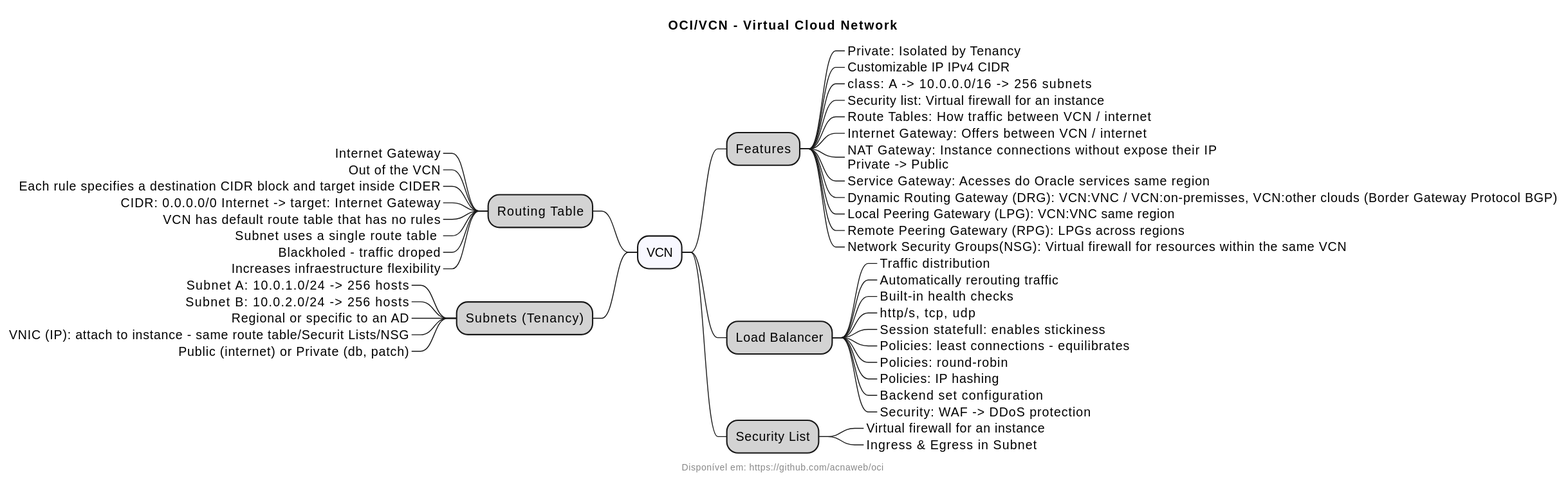
The PlantUML diagram assets/docs/networking/vcn/vcn.svg in acnaweb/oci, before a commit.
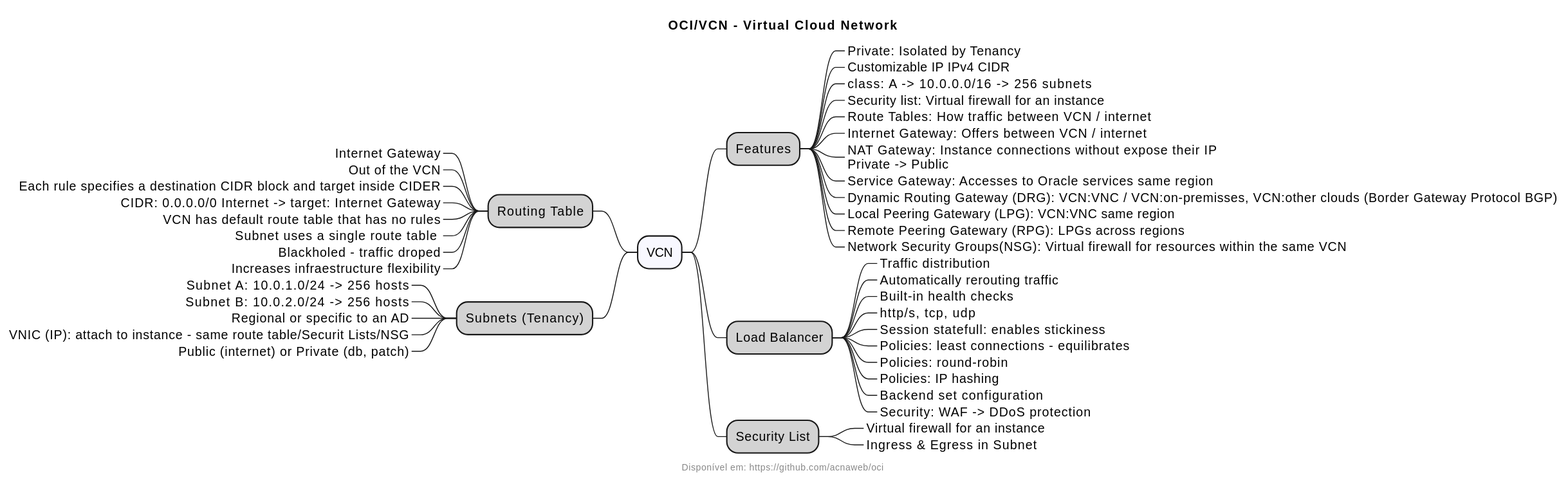
Later version of the same file.

Diff of the diagram source:
```diff
@@ -14,7 +14,7 @@
 ***_ Route Tables: How traffic between VCN / internet
 ***_ Internet Gateway: Offers between VCN / internet
 ***_ NAT Gateway: Instance connections without expose their IP\nPrivate -> Public
-***_ Service Gateway: Acesses do Oracle services same region
+***_ Service Gateway: Accesses to Oracle services same region
 ***_ Dynamic Routing Gateway (DRG): VCN:VNC / VCN:on-premisses, VCN:other clouds (Border Gateway Protocol BGP)
 ***_ Local Peering Gatewary (LPG): VCN:VNC same region
 ***_ Remote Peering Gatewary (RPG): LPGs across regions
```
